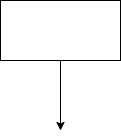
Earlier version of the draw.io export Sec.png (gonorthx/Planet-sheep). Source tidied: cells renumbered, new cells last; positions are measured from the earlier drawing's top-left corner, leaving out a move shared by most shapes. Its diagram source:
```xml
<mxGraphModel>
  <root>
    <mxCell id="0" />
    <mxCell id="1" parent="0" />
    <mxCell id="2" style="rounded=0;whiteSpace=wrap;html=1;" parent="1" vertex="1">
      <mxGeometry width="120" height="60" as="geometry" />
    </mxCell>
    <mxCell id="3" style="endArrow=classic;html=1;exitX=0.5;exitY=1;exitDx=0;exitDy=0;" parent="1" edge="1" source="2">
      <mxGeometry relative="1" as="geometry">
        <mxPoint x="60" y="130" as="targetPoint" />
      </mxGeometry>
    </mxCell>
  </root>
</mxGraphModel>
```
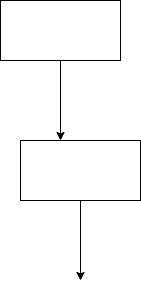
After the change.

Change to the diagram source:
```diff
@@ -7,8 +7,16 @@
     </mxCell>
     <mxCell id="3" style="endArrow=classic;html=1;exitX=0.5;exitY=1;exitDx=0;exitDy=0;" parent="1" edge="1" source="2">
       <mxGeometry relative="1" as="geometry">
-        <mxPoint x="60" y="130" as="targetPoint" />
+        <mxPoint x="60" y="140" as="targetPoint" />
       </mxGeometry>
     </mxCell>
+    <mxCell id="4" style="rounded=0;whiteSpace=wrap;html=1;" parent="1" vertex="1">
+      <mxGeometry x="-20" y="-140" width="120" height="60" as="geometry" />
+    </mxCell>
+    <mxCell id="5" style="endArrow=classic;html=1;exitX=0.5;exitY=1;exitDx=0;exitDy=0;" parent="1" edge="1" source="4">
+      <mxGeometry relative="1" as="geometry">
+        <mxPoint x="40" as="targetPoint" />
+      </mxGeometry>
+    </mxCell>
   </root>
 </mxGraphModel>
```
